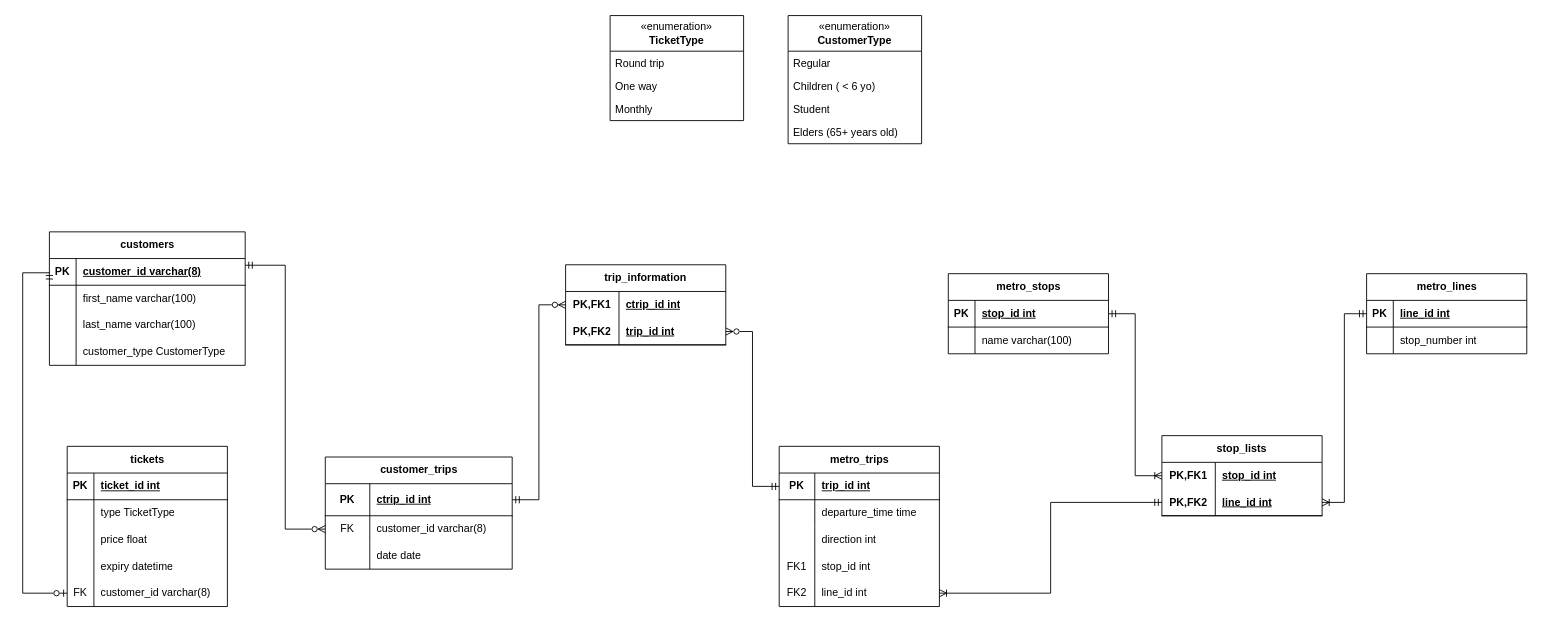
This is page "ER" (2 of 2) of metro_project.drawio from emochivo/the_metro_project, a draw.io file, before an edit. Source tidied: cells renumbered, new cells numbered last; positions are measured from the earlier drawing's top-left corner, leaving out a move shared by most shapes. Both pictures are drawn from the tidied source at 89%, with x=0, y=0 at pixel (22, 15).
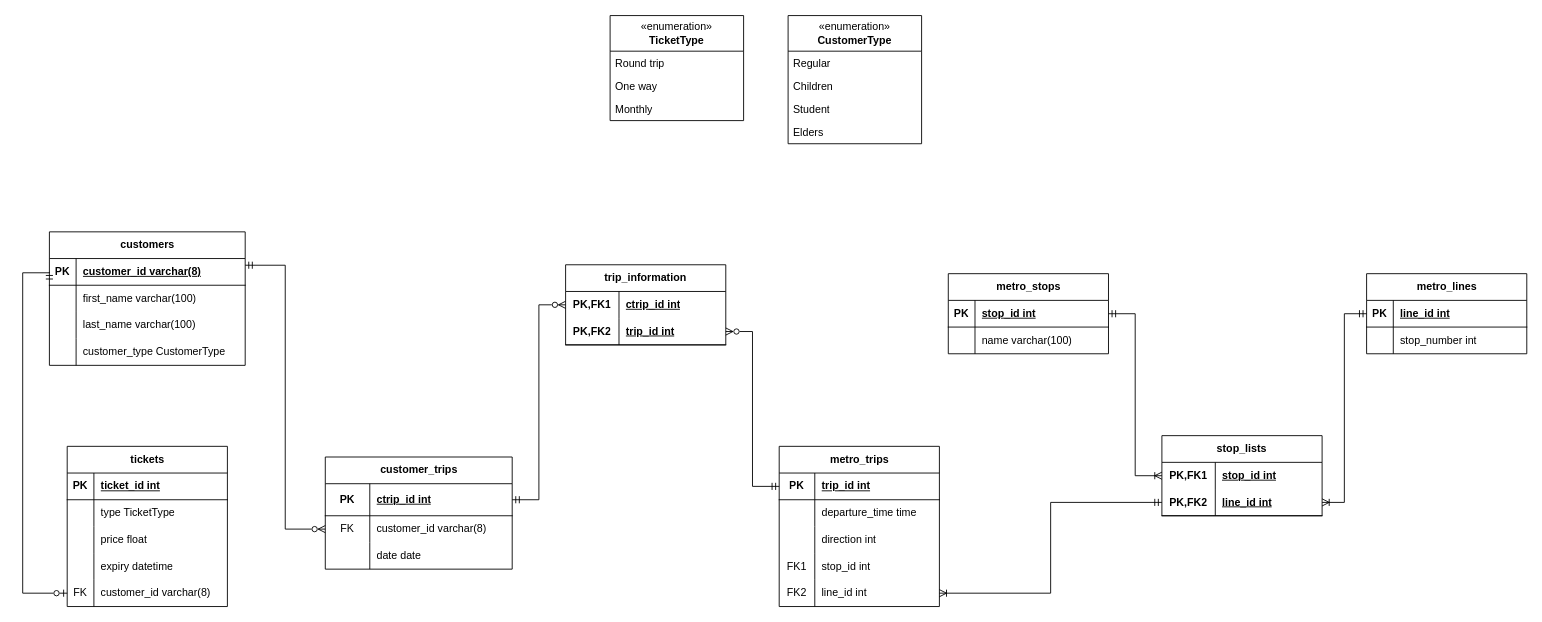
The same page after the edit.

Unchanged cells that the change refers to:
```xml
<mxCell id="16" value="«enumeration»&lt;br&gt;&lt;b&gt;CustomerType&lt;/b&gt;" style="swimlane;fontStyle=0;horizontal=1;startSize=40;fillColor=none;whiteSpace=wrap;html=1;" parent="1" vertex="1">
  <mxGeometry x="860" width="150" height="144" as="geometry" />
</mxCell>
```

The edit, as a diff of the source:
```diff
@@
-    <mxCell id="18" value="Children ( &amp;lt; 6 yo)" style="text;strokeColor=none;fillColor=none;align=left;verticalAlign=top;spacingLeft=4;spacingRight=4;overflow=hidden;whiteSpace=wrap;html=1;" parent="16" vertex="1">
+    <mxCell id="18" value="Children" style="text;strokeColor=none;fillColor=none;align=left;verticalAlign=top;spacingLeft=4;spacingRight=4;overflow=hidden;whiteSpace=wrap;html=1;" parent="16" vertex="1">
       <mxGeometry y="66" width="150" height="26" as="geometry" />
     </mxCell>
@@
-    <mxCell id="20" value="Elders (65+ years old)" style="text;strokeColor=none;fillColor=none;align=left;verticalAlign=top;spacingLeft=4;spacingRight=4;overflow=hidden;whiteSpace=wrap;html=1;" parent="16" vertex="1">
+    <mxCell id="20" value="Elders" style="text;strokeColor=none;fillColor=none;align=left;verticalAlign=top;spacingLeft=4;spacingRight=4;overflow=hidden;whiteSpace=wrap;html=1;" parent="16" vertex="1">
       <mxGeometry y="118" width="150" height="26" as="geometry" />
     </mxCell>
```
